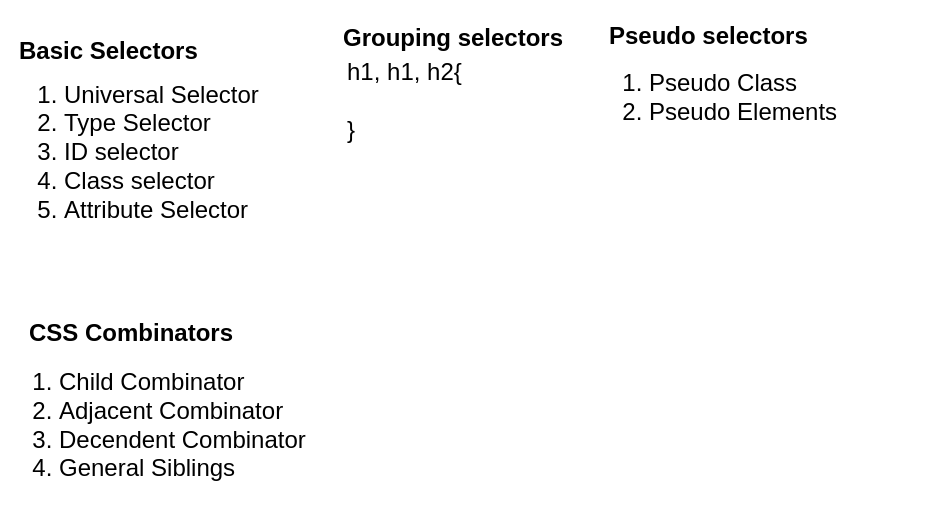
The draw.io diagram CSS.drawio in NaashNix/CSS, before the edit. Source tidied: cells renumbered, new cells numbered last; positions are measured from the earlier drawing's top-left corner, leaving out a move shared by most shapes. Both pictures are drawn from the tidied source at 100%, with x=0, y=0 at pixel (17, 17).
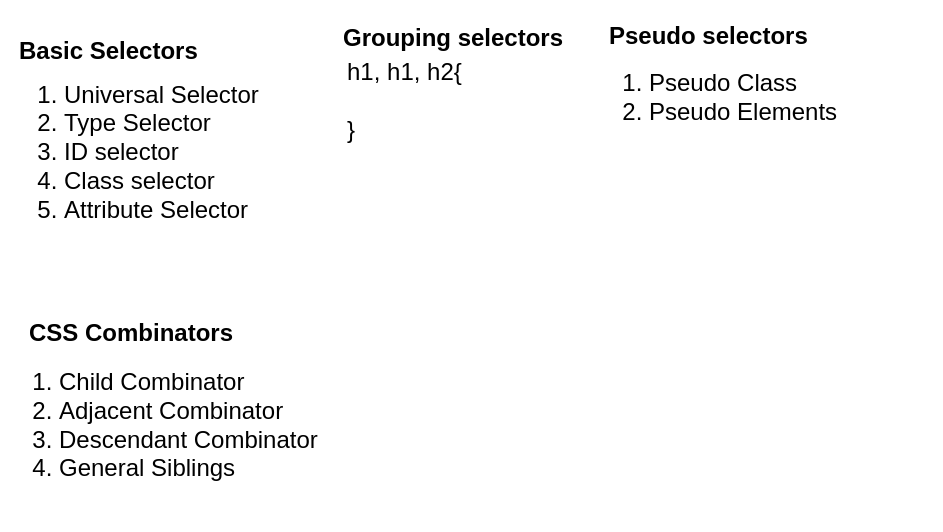
The same page after the edit.

Commit message (it also covers changes not shown here):
Aded child combinator

The edit, as a diff of the source:
```diff
@@
 <mxGraphModel>
   <root>
     <mxCell id="0" />
     <mxCell id="1" parent="0" />
     <mxCell id="2" value="Basic Selectors" style="text;html=1;strokeColor=none;fillColor=none;align=left;verticalAlign=middle;whiteSpace=wrap;rounded=0;fontStyle=1;fontSize=24;" parent="1" vertex="1">
       <mxGeometry y="15" width="200" height="37" as="geometry" />
     </mxCell>
     <mxCell id="3" value="&lt;ol&gt;&lt;li&gt;Universal Selector&lt;/li&gt;&lt;li&gt;Type Selector&lt;/li&gt;&lt;li&gt;ID selector&lt;/li&gt;&lt;li&gt;Class selector&lt;/li&gt;&lt;li&gt;Attribute Selector&lt;/li&gt;&lt;/ol&gt;" style="text;html=1;strokeColor=none;fillColor=none;align=left;verticalAlign=middle;whiteSpace=wrap;rounded=0;fontSize=24;" parent="1" vertex="1">
       <mxGeometry x="5" y="45" width="319" height="180" as="geometry" />
     </mxCell>
     <mxCell id="4" value="Grouping selectors" style="text;html=1;strokeColor=none;fillColor=none;align=left;verticalAlign=middle;whiteSpace=wrap;rounded=0;fontStyle=1;fontSize=24;" parent="1" vertex="1">
       <mxGeometry x="324" y="2" width="266" height="37" as="geometry" />
     </mxCell>
     <mxCell id="5" value="&lt;span&gt;h1, h1, h2{&lt;/span&gt;&lt;br&gt;&lt;span&gt;&lt;br&gt;}&lt;/span&gt;" style="text;html=1;strokeColor=none;fillColor=none;align=left;verticalAlign=middle;whiteSpace=wrap;rounded=0;fontSize=24;" parent="1" vertex="1">
       <mxGeometry x="328" y="47" width="319" height="73" as="geometry" />
     </mxCell>
     <mxCell id="6" value="Pseudo selectors" style="text;html=1;strokeColor=none;fillColor=none;align=left;verticalAlign=middle;whiteSpace=wrap;rounded=0;fontStyle=1;fontSize=24;" parent="1" vertex="1">
       <mxGeometry x="590" width="266" height="37" as="geometry" />
     </mxCell>
     <mxCell id="7" value="&lt;ol&gt;&lt;li&gt;Pseudo Class&lt;/li&gt;&lt;li&gt;Pseudo Elements&lt;/li&gt;&lt;/ol&gt;" style="text;html=1;strokeColor=none;fillColor=none;align=left;verticalAlign=middle;whiteSpace=wrap;rounded=0;fontSize=24;" parent="1" vertex="1">
       <mxGeometry x="590" y="41" width="319" height="77" as="geometry" />
     </mxCell>
     <mxCell id="8" value="CSS Combinators" style="text;html=1;strokeColor=none;fillColor=none;align=left;verticalAlign=middle;whiteSpace=wrap;rounded=0;fontStyle=1;fontSize=24;" parent="1" vertex="1">
       <mxGeometry x="10" y="297" width="266" height="37" as="geometry" />
     </mxCell>
-    <mxCell id="9" value="&lt;ol&gt;&lt;li&gt;Child Combinator&lt;/li&gt;&lt;li&gt;Adjacent Combinator&lt;/li&gt;&lt;li&gt;Decendent Combinator&lt;/li&gt;&lt;li&gt;General Siblings&lt;/li&gt;&lt;/ol&gt;" style="text;html=1;strokeColor=none;fillColor=none;align=left;verticalAlign=middle;whiteSpace=wrap;rounded=0;fontSize=24;" parent="1" vertex="1">
+    <mxCell id="9" value="&lt;ol&gt;&lt;li&gt;Child Combinator&lt;/li&gt;&lt;li&gt;Adjacent Combinator&lt;/li&gt;&lt;li&gt;Descendant Combinator&lt;/li&gt;&lt;li&gt;General Siblings&lt;/li&gt;&lt;/ol&gt;" style="text;html=1;strokeColor=none;fillColor=none;align=left;verticalAlign=middle;whiteSpace=wrap;rounded=0;fontSize=24;" parent="1" vertex="1">
       <mxGeometry y="318" width="319" height="180" as="geometry" />
     </mxCell>
   </root>
 </mxGraphModel>
```
